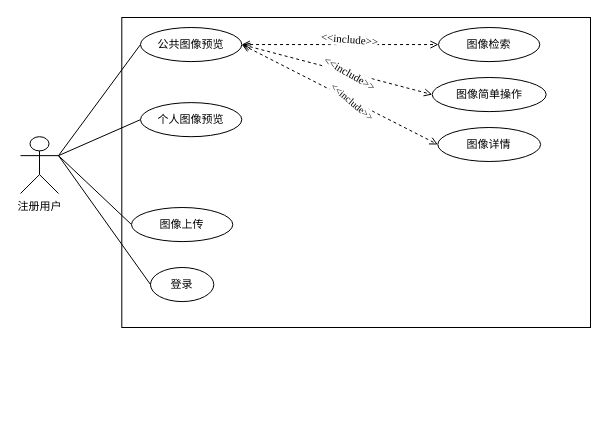
Before: 系统用例图.drawio in LiSoulSpace/GitBook, a draw.io diagram. Source tidied: cells renumbered, new cells numbered last; positions are measured from the earlier drawing's top-left corner, leaving out a move shared by most shapes. Both pictures are drawn from the tidied source at 100%, with x=0, y=0 at pixel (20, 17).
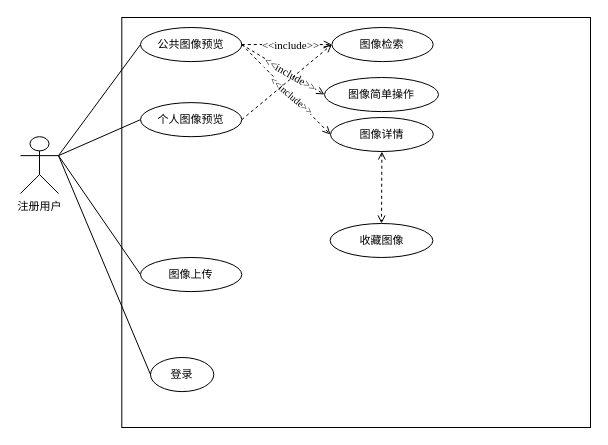
The same page after the edit.

Commit message (it also covers changes not shown here):
更新系统用例图.drawio

Unchanged cells that the change refers to:
```xml
<mxCell id="6" value="公共图像预览" style="ellipse;whiteSpace=wrap;html=1;fontSize=11;fontFamily=宋体;" parent="1" vertex="1">
  <mxGeometry x="120" y="10" width="101.3" height="34.1" as="geometry" />
</mxCell>
<mxCell id="19" value="个人图像预览" style="ellipse;whiteSpace=wrap;html=1;fontSize=11;fontFamily=宋体;" parent="1" vertex="1">
  <mxGeometry x="120" y="85.1" width="101.3" height="34.1" as="geometry" />
</mxCell>
```

Diff of the diagram source:
```diff
@@
     <mxCell id="5" style="html=1;whiteSpace=wrap;fillColor=none;fontSize=11;" parent="1" vertex="1">
-      <mxGeometry x="101.3" width="468.7" height="310" as="geometry" />
+      <mxGeometry x="101.3" width="468.7" height="410" as="geometry" />
     </mxCell>
@@
     <mxCell id="8" value="登录" style="ellipse;whiteSpace=wrap;html=1;fontSize=11;fontFamily=宋体;" parent="1" vertex="1">
-      <mxGeometry x="130" y="250" width="63.3" height="34.1" as="geometry" />
+      <mxGeometry x="130" y="340" width="63.3" height="34.1" as="geometry" />
     </mxCell>
@@
+    <mxCell id="21" style="rounded=0;jettySize=auto;html=1;exitX=0.5;exitY=1;exitDx=0;exitDy=0;entryX=0.5;entryY=0;entryDx=0;entryDy=0;endArrow=open;endFill=0;dashed=1;startArrow=open;startFill=0;" parent="1" edge="1" source="10" target="23">
+      <mxGeometry relative="1" as="geometry" />
+    </mxCell>
     <mxCell id="10" value="图像详情" style="ellipse;whiteSpace=wrap;html=1;fontSize=11;fontFamily=宋体;" parent="1" vertex="1">
-      <mxGeometry x="417.3" y="110" width="102.8" height="34" as="geometry" />
+      <mxGeometry x="310" y="100" width="102.8" height="34" as="geometry" />
     </mxCell>
-    <mxCell id="11" style="rounded=0;jettySize=auto;html=1;exitX=1;exitY=0.5;exitDx=0;exitDy=0;entryX=0;entryY=0.5;entryDx=0;entryDy=0;dashed=1;startArrow=open;startFill=0;endArrow=open;endFill=0;" parent="1" edge="1" source="6" target="10">
+    <mxCell id="11" style="rounded=0;jettySize=auto;html=1;exitX=1;exitY=0.5;exitDx=0;exitDy=0;entryX=0;entryY=0.5;entryDx=0;entryDy=0;dashed=1;startArrow=none;startFill=0;endArrow=open;endFill=0;" parent="1" edge="1" source="6" target="10">
       <mxGeometry relative="1" as="geometry" />
     </mxCell>
@@
     <mxCell id="13" value="图像检索" style="ellipse;whiteSpace=wrap;html=1;fontSize=11;fontFamily=宋体;" parent="1" vertex="1">
-      <mxGeometry x="418" y="10" width="101.3" height="34.1" as="geometry" />
+      <mxGeometry x="311.4" y="10" width="101.3" height="34.1" as="geometry" />
     </mxCell>
     <mxCell id="14" value="图像简单操作" style="ellipse;whiteSpace=wrap;html=1;fontSize=11;fontFamily=宋体;" parent="1" vertex="1">
-      <mxGeometry x="411.7" y="60" width="114" height="34.1" as="geometry" />
+      <mxGeometry x="304" y="60" width="114" height="34.1" as="geometry" />
     </mxCell>
-    <mxCell id="15" style="rounded=0;jettySize=auto;html=1;exitX=1;exitY=0.5;exitDx=0;exitDy=0;entryX=0;entryY=0.5;entryDx=0;entryDy=0;dashed=1;startArrow=open;startFill=0;endArrow=open;endFill=0;fontSize=11;" parent="1" edge="1" source="6" target="14">
+    <mxCell id="15" style="rounded=0;jettySize=auto;html=1;exitX=1;exitY=0.5;exitDx=0;exitDy=0;entryX=0;entryY=0.5;entryDx=0;entryDy=0;dashed=1;startArrow=none;startFill=0;endArrow=open;endFill=0;fontSize=11;" parent="1" edge="1" source="6" target="14">
       <mxGeometry relative="1" as="geometry" />
     </mxCell>
@@
-    <mxCell id="17" style="rounded=0;jettySize=auto;html=1;exitX=1;exitY=0.5;exitDx=0;exitDy=0;entryX=0;entryY=0.5;entryDx=0;entryDy=0;dashed=1;startArrow=open;startFill=0;endArrow=open;endFill=0;fontSize=11;" parent="1" edge="1" source="6" target="13">
+    <mxCell id="17" style="rounded=0;jettySize=auto;html=1;exitX=1;exitY=0.5;exitDx=0;exitDy=0;entryX=0;entryY=0.5;entryDx=0;entryDy=0;dashed=1;startArrow=none;startFill=0;endArrow=open;endFill=0;fontSize=11;" parent="1" edge="1" source="6" target="13">
       <mxGeometry relative="1" as="geometry" />
     </mxCell>
-    <mxCell id="18" value="&amp;lt;&amp;lt;include&amp;gt;&amp;gt;" style="edgeLabel;html=1;align=center;verticalAlign=middle;fontSize=11;fontFamily=Times New Roman;rotation=5;" parent="17" vertex="1">
+    <mxCell id="18" value="&amp;lt;&amp;lt;include&amp;gt;&amp;gt;" style="edgeLabel;html=1;align=center;verticalAlign=middle;fontSize=11;fontFamily=Times New Roman;rotation=0;" parent="17" vertex="1">
       <mxGeometry x="0.11" y="1" relative="1" as="geometry">
-        <mxPoint x="-2" y="-5" as="offset" />
+        <mxPoint x="-2" y="1" as="offset" />
       </mxGeometry>
     </mxCell>
+    <mxCell id="22" style="rounded=0;jettySize=auto;html=1;exitX=1;exitY=0.5;exitDx=0;exitDy=0;entryX=0;entryY=0.5;entryDx=0;entryDy=0;dashed=1;startArrow=none;startFill=0;endArrow=open;endFill=0;" parent="1" edge="1" source="19" target="13">
+      <mxGeometry relative="1" as="geometry" />
+    </mxCell>
@@
     <mxCell id="20" value="图像上传" style="ellipse;whiteSpace=wrap;html=1;fontSize=11;fontFamily=宋体;" parent="1" vertex="1">
-      <mxGeometry x="111" y="190" width="101.3" height="34.1" as="geometry" />
+      <mxGeometry x="120" y="240" width="101.3" height="34.1" as="geometry" />
     </mxCell>
+    <mxCell id="23" value="收藏图像" style="ellipse;whiteSpace=wrap;html=1;fontSize=11;fontFamily=宋体;" parent="1" vertex="1">
+      <mxGeometry x="309.6" y="206" width="102.8" height="34" as="geometry" />
+    </mxCell>
```
